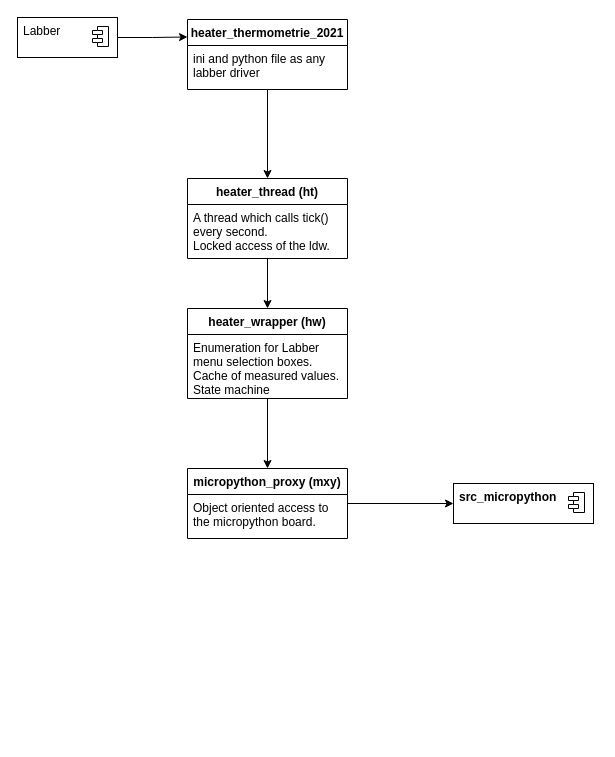
The draw.io diagram doc_design/design_components.drawio in nanophysics/heater_thermometrie_2021, before the edit. Source tidied: cells renumbered, new cells numbered last; positions are measured from the earlier drawing's top-left corner, leaving out a move shared by most shapes. Both pictures are drawn from the tidied source at 100%, with x=0, y=0 at pixel (17, 17).
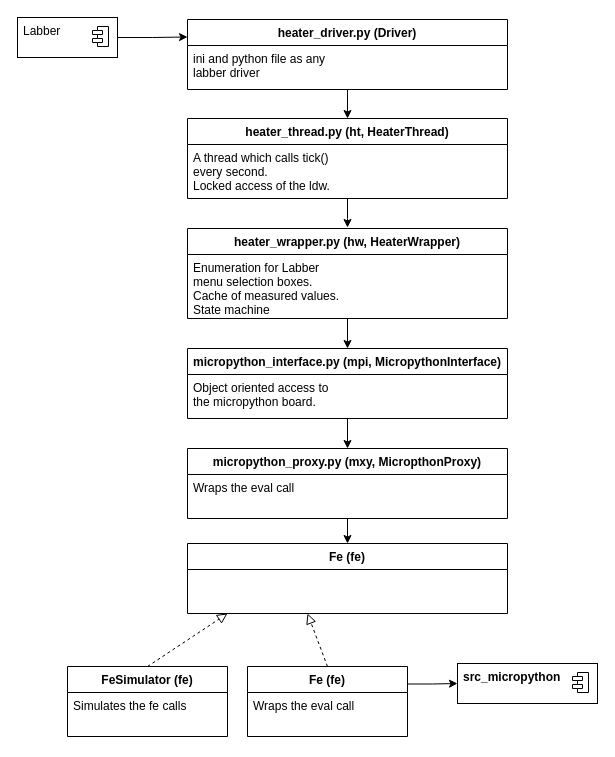
Above is the later version.

The change refers to these unchanged cells:
```xml
<mxCell id="18" value="&lt;span style=&quot;font-weight: 700 ; text-align: center&quot;&gt;src_micropython&lt;/span&gt;" style="html=1;align=left;spacingLeft=4;verticalAlign=top;strokeColor=none;fillColor=none;" parent="17" vertex="1">
  <mxGeometry width="140" height="40" as="geometry" />
</mxCell>
```

What changed in the source:
```diff
@@
-    <mxCell id="3" value="heater_wrapper (hw)" style="swimlane;fontStyle=1;align=center;verticalAlign=top;horizontal=1;startSize=26;" parent="1" vertex="1">
-      <mxGeometry x="170" y="291" width="160" height="90" as="geometry" />
+    <mxCell id="3" value="heater_wrapper.py (hw, HeaterWrapper)" style="swimlane;fontStyle=1;align=center;verticalAlign=top;horizontal=1;startSize=26;" parent="1" vertex="1">
+      <mxGeometry x="170" y="211" width="320" height="90" as="geometry" />
     </mxCell>
     <mxCell id="4" value="Enumeration for Labber&#10;menu selection boxes.&#10;Cache of measured values.&#10;State machine" style="text;strokeColor=none;fillColor=none;align=left;verticalAlign=top;spacingLeft=4;spacingRight=4;overflow=hidden;" parent="3" vertex="1">
-      <mxGeometry y="26" width="160" height="64" as="geometry" />
+      <mxGeometry y="26" width="320" height="64" as="geometry" />
     </mxCell>
-    <mxCell id="5" style="edgeStyle=orthogonalEdgeStyle;rounded=0;jettySize=auto;html=1;entryX=0.5;entryY=0;entryDx=0;entryDy=0;" parent="1" edge="1" source="6" target="3">
-      <mxGeometry relative="1" as="geometry" />
+    <mxCell id="5" style="edgeStyle=orthogonalEdgeStyle;rounded=0;jettySize=auto;html=1;" parent="1" edge="1" source="6">
+      <mxGeometry relative="1" as="geometry">
+        <mxPoint x="330" y="210" as="targetPoint" />
+      </mxGeometry>
     </mxCell>
-    <mxCell id="6" value="heater_thread (ht)" style="swimlane;fontStyle=1;align=center;verticalAlign=top;horizontal=1;startSize=26;" parent="1" vertex="1">
-      <mxGeometry x="170" y="161" width="160" height="80" as="geometry" />
+    <mxCell id="6" value="heater_thread.py (ht, HeaterThread)" style="swimlane;fontStyle=1;align=center;verticalAlign=top;horizontal=1;startSize=26;" parent="1" vertex="1">
+      <mxGeometry x="170" y="101" width="320" height="80" as="geometry" />
     </mxCell>
     <mxCell id="7" value="A thread which calls tick()&#10;every second.&#10;Locked access of the ldw." style="text;strokeColor=none;fillColor=none;align=left;verticalAlign=top;spacingLeft=4;spacingRight=4;overflow=hidden;" parent="6" vertex="1">
-      <mxGeometry y="26" width="160" height="54" as="geometry" />
+      <mxGeometry y="26" width="320" height="54" as="geometry" />
     </mxCell>
-    <mxCell id="8" style="edgeStyle=orthogonalEdgeStyle;rounded=0;jettySize=auto;html=1;" parent="1" edge="1" source="9">
-      <mxGeometry relative="1" as="geometry">
-        <mxPoint x="250" y="161" as="targetPoint" />
-      </mxGeometry>
+    <mxCell id="8" style="edgeStyle=orthogonalEdgeStyle;rounded=0;jettySize=auto;html=1;entryX=0.5;entryY=0;entryDx=0;entryDy=0;" parent="1" edge="1" source="9" target="6">
+      <mxGeometry relative="1" as="geometry" />
     </mxCell>
-    <mxCell id="9" value="heater_thermometrie_2021" style="swimlane;fontStyle=1;align=center;verticalAlign=top;horizontal=1;startSize=26;" parent="1" vertex="1">
-      <mxGeometry x="170" y="2" width="160" height="70" as="geometry" />
+    <mxCell id="9" value="heater_driver.py (Driver)" style="swimlane;fontStyle=1;align=center;verticalAlign=top;horizontal=1;startSize=26;" parent="1" vertex="1">
+      <mxGeometry x="170" y="2" width="320" height="70" as="geometry" />
     </mxCell>
     <mxCell id="10" value="ini and python file as any&#10;labber driver" style="text;strokeColor=none;fillColor=none;align=left;verticalAlign=top;spacingLeft=4;spacingRight=4;overflow=hidden;" parent="9" vertex="1">
-      <mxGeometry y="26" width="160" height="44" as="geometry" />
+      <mxGeometry y="26" width="320" height="44" as="geometry" />
     </mxCell>
-    <mxCell id="11" style="edgeStyle=orthogonalEdgeStyle;rounded=0;jettySize=auto;html=1;entryX=0;entryY=0.5;entryDx=0;entryDy=0;" parent="1" edge="1" source="12" target="18">
+    <mxCell id="11" style="edgeStyle=orthogonalEdgeStyle;rounded=0;jettySize=auto;html=1;entryX=0;entryY=0.5;entryDx=0;entryDy=0;exitX=1;exitY=0.25;exitDx=0;exitDy=0;" parent="1" edge="1" source="28" target="18">
       <mxGeometry relative="1" as="geometry" />
     </mxCell>
+    <mxCell id="21" style="edgeStyle=orthogonalEdgeStyle;rounded=0;jettySize=auto;html=1;entryX=0.5;entryY=0;entryDx=0;entryDy=0;" parent="1" edge="1" source="12" target="23">
+      <mxGeometry relative="1" as="geometry" />
+    </mxCell>
-    <mxCell id="12" value="micropython_proxy (mxy)" style="swimlane;fontStyle=1;align=center;verticalAlign=top;horizontal=1;startSize=26;" parent="1" vertex="1">
-      <mxGeometry x="170" y="451" width="160" height="70" as="geometry" />
+    <mxCell id="12" value="micropython_interface.py (mpi, MicropythonInterface)" style="swimlane;fontStyle=1;align=center;verticalAlign=top;horizontal=1;startSize=26;" parent="1" vertex="1">
+      <mxGeometry x="170" y="331" width="320" height="70" as="geometry" />
     </mxCell>
     <mxCell id="13" value="Object oriented access to &#10;the micropython board." style="text;strokeColor=none;fillColor=none;align=left;verticalAlign=top;spacingLeft=4;spacingRight=4;overflow=hidden;" parent="12" vertex="1">
-      <mxGeometry y="26" width="160" height="44" as="geometry" />
+      <mxGeometry y="26" width="320" height="44" as="geometry" />
     </mxCell>
@@
     <mxCell id="17" style="fontStyle=1;align=center;verticalAlign=top;horizontal=1;" parent="1" vertex="1">
-      <mxGeometry x="436" y="466" width="140" height="40" as="geometry" />
+      <mxGeometry x="440" y="646" width="140" height="40" as="geometry" />
     </mxCell>
@@
+    <mxCell id="22" style="edgeStyle=orthogonalEdgeStyle;rounded=0;jettySize=auto;html=1;entryX=0.5;entryY=0;entryDx=0;entryDy=0;" parent="1" edge="1" source="23" target="25">
+      <mxGeometry relative="1" as="geometry" />
+    </mxCell>
+    <mxCell id="23" value="micropython_proxy.py (mxy, MicropthonProxy)" style="swimlane;fontStyle=1;align=center;verticalAlign=top;horizontal=1;startSize=26;" parent="1" vertex="1">
+      <mxGeometry x="170" y="431" width="320" height="70" as="geometry" />
+    </mxCell>
+    <mxCell id="24" value="Wraps the eval call" style="text;strokeColor=none;fillColor=none;align=left;verticalAlign=top;spacingLeft=4;spacingRight=4;overflow=hidden;" parent="23" vertex="1">
+      <mxGeometry y="26" width="320" height="44" as="geometry" />
+    </mxCell>
+    <mxCell id="25" value="Fe (fe)" style="swimlane;fontStyle=1;align=center;verticalAlign=top;horizontal=1;startSize=26;" parent="1" vertex="1">
+      <mxGeometry x="170" y="526" width="320" height="70" as="geometry" />
+    </mxCell>
+    <mxCell id="26" value="FeSimulator (fe)" style="swimlane;fontStyle=1;align=center;verticalAlign=top;horizontal=1;startSize=26;" parent="1" vertex="1">
+      <mxGeometry x="50" y="649" width="160" height="70" as="geometry" />
+    </mxCell>
+    <mxCell id="27" value="Simulates the fe calls" style="text;strokeColor=none;fillColor=none;align=left;verticalAlign=top;spacingLeft=4;spacingRight=4;overflow=hidden;" parent="26" vertex="1">
+      <mxGeometry y="26" width="160" height="44" as="geometry" />
+    </mxCell>
+    <mxCell id="28" value="Fe (fe)" style="swimlane;fontStyle=1;align=center;verticalAlign=top;horizontal=1;startSize=26;" parent="1" vertex="1">
+      <mxGeometry x="230" y="649" width="160" height="70" as="geometry" />
+    </mxCell>
+    <mxCell id="29" value="Wraps the eval call" style="text;strokeColor=none;fillColor=none;align=left;verticalAlign=top;spacingLeft=4;spacingRight=4;overflow=hidden;" parent="28" vertex="1">
+      <mxGeometry y="26" width="160" height="44" as="geometry" />
+    </mxCell>
+    <mxCell id="30" style="endArrow=block;startArrow=none;endFill=0;startFill=0;endSize=8;html=1;verticalAlign=bottom;dashed=1;labelBackgroundColor=none;exitX=0.5;exitY=0;exitDx=0;exitDy=0;" parent="1" edge="1" source="26">
+      <mxGeometry relative="1" as="geometry">
+        <mxPoint x="210" y="596" as="targetPoint" />
+      </mxGeometry>
+    </mxCell>
+    <mxCell id="31" style="endArrow=block;startArrow=none;endFill=0;startFill=0;endSize=8;html=1;verticalAlign=bottom;dashed=1;labelBackgroundColor=none;exitX=0.5;exitY=0;exitDx=0;exitDy=0;" parent="1" edge="1" source="28">
+      <mxGeometry relative="1" as="geometry">
+        <mxPoint x="290" y="596" as="targetPoint" />
+      </mxGeometry>
+    </mxCell>
```
